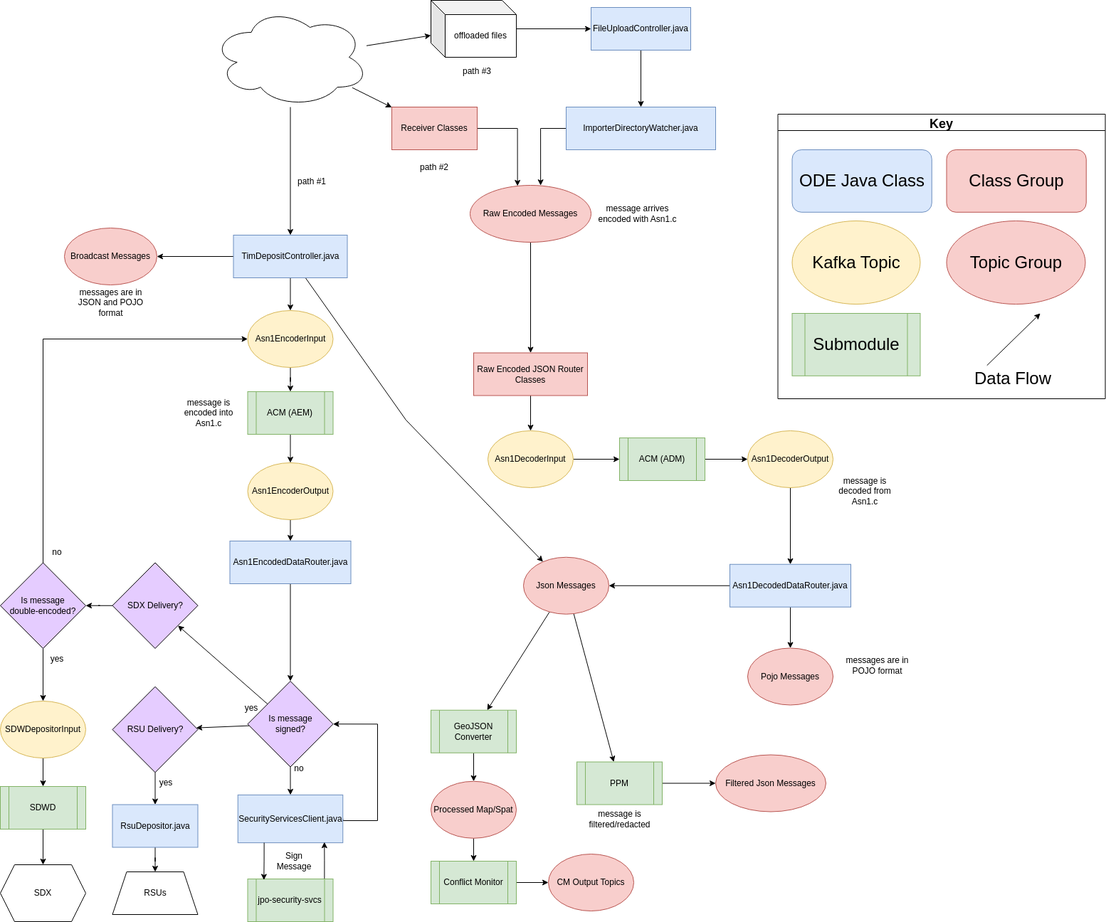
The draw.io diagram docs/data-flow-diagrams/ODE Data Flow Overview.drawio.png in usdot-jpo-ode/jpo-ode, before a commit. Source tidied: cells renumbered, new cells last; positions are measured from the earlier drawing's top-left corner, leaving out a move shared by most shapes.
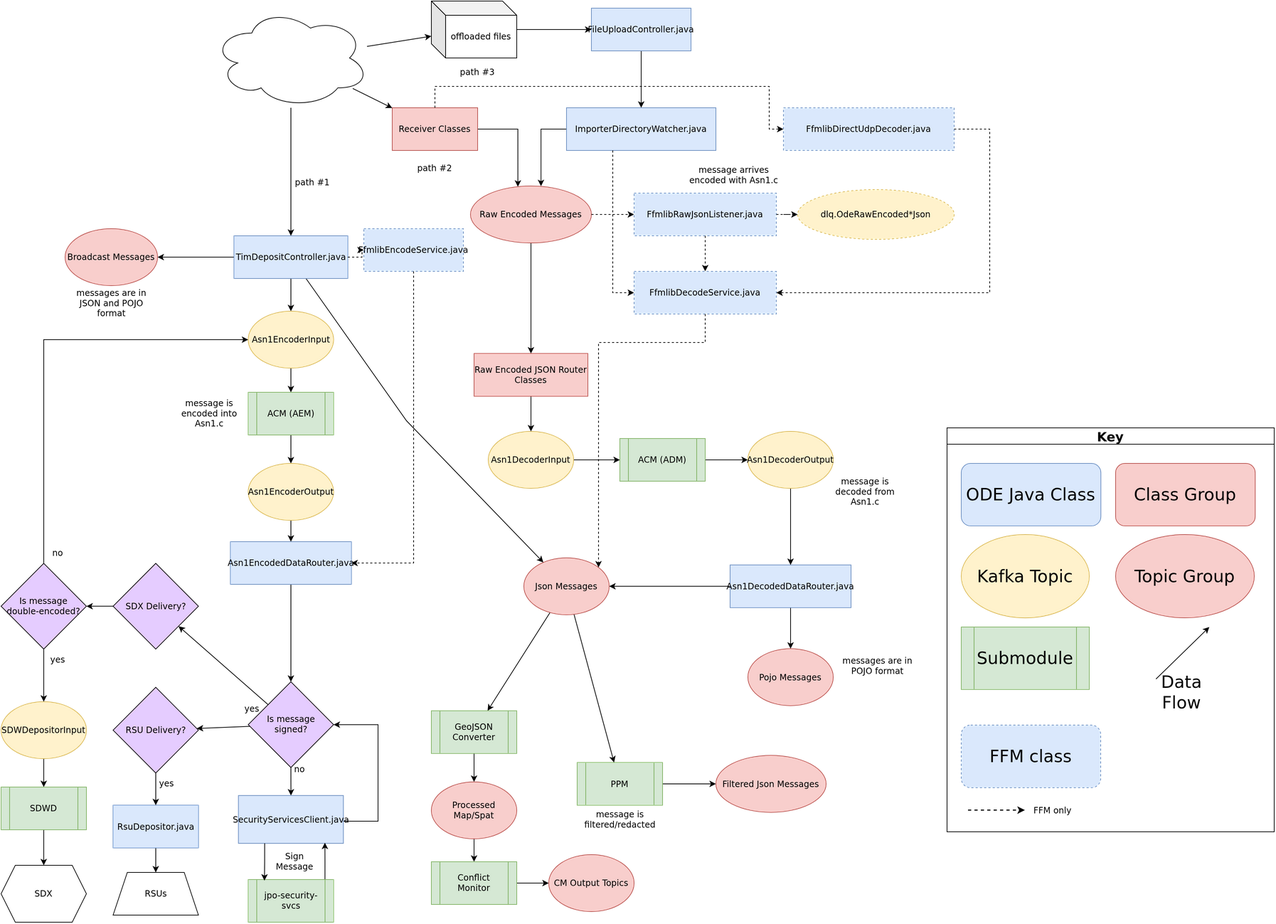
Later version of the same file.

Commit message:
Enhance documentation for data flow diagrams and codec modes

Change to the diagram source:
```diff
@@ -130,7 +130,7 @@
       <mxGeometry x="90" y="320" width="130" height="80" as="geometry" />
     </mxCell>
     <mxCell id="43" value="message arrives &lt;br&gt;encoded with Asn1.c" style="text;html=1;align=center;verticalAlign=middle;strokeColor=none;fillColor=none;" parent="1" vertex="1">
-      <mxGeometry x="830" y="285" width="130" height="30" as="geometry" />
+      <mxGeometry x="965" y="230" width="130" height="30" as="geometry" />
     </mxCell>
     <mxCell id="44" value="message is decoded from Asn1.c" style="text;html=1;strokeColor=none;fillColor=none;align=center;verticalAlign=middle;whiteSpace=wrap;rounded=0;" parent="1" vertex="1">
       <mxGeometry x="1160" y="665" width="110" height="50" as="geometry" />
@@ -151,7 +151,7 @@
       <mxGeometry x="157.5" y="1225" width="120" height="60" as="geometry" />
     </mxCell>
     <mxCell id="50" value="Key" style="swimlane;labelBackgroundColor=none;fontSize=18;" parent="1" vertex="1">
-      <mxGeometry x="1092.5" y="160" width="460" height="400" as="geometry" />
+      <mxGeometry x="1330" y="600" width="460" height="567.9" as="geometry" />
     </mxCell>
     <mxCell id="51" value="&lt;font style=&quot;font-size: 24px&quot;&gt;Kafka Topic&lt;/font&gt;" style="ellipse;whiteSpace=wrap;html=1;fillColor=#fff2cc;strokeColor=#d6b656;labelBackgroundColor=none;" parent="50" vertex="1">
       <mxGeometry x="20" y="150" width="180" height="117.1" as="geometry" />
@@ -314,5 +314,85 @@
     <mxCell id="101" value="Sign Message" style="text;html=1;strokeColor=none;fillColor=none;align=center;verticalAlign=middle;whiteSpace=wrap;rounded=0;" parent="1" vertex="1">
       <mxGeometry x="382.5" y="1195" width="60" height="30" as="geometry" />
     </mxCell>
+    <mxCell id="102" value="FfmlibDirectUdpDecoder.java" style="rounded=0;whiteSpace=wrap;html=1;fillColor=#dae8fc;strokeColor=#6c8ebf;dashed=1;" parent="1" vertex="1">
+      <mxGeometry x="1100" y="150" width="240" height="60" as="geometry" />
+    </mxCell>
+    <mxCell id="103" value="FfmlibRawJsonListener.java" style="rounded=0;whiteSpace=wrap;html=1;fillColor=#dae8fc;strokeColor=#6c8ebf;dashed=1;" parent="1" vertex="1">
+      <mxGeometry x="890" y="270" width="200" height="60" as="geometry" />
+    </mxCell>
+    <mxCell id="104" value="dlq.OdeRawEncoded*Json" style="ellipse;whiteSpace=wrap;html=1;fillColor=#fff2cc;strokeColor=#d6b656;dashed=1;" parent="1" vertex="1">
+      <mxGeometry x="1120" y="265" width="220" height="70" as="geometry" />
+    </mxCell>
+    <mxCell id="105" value="FfmlibDecodeService.java" style="rounded=0;whiteSpace=wrap;html=1;fillColor=#dae8fc;strokeColor=#6c8ebf;dashed=1;" parent="1" vertex="1">
+      <mxGeometry x="890" y="380" width="200" height="60" as="geometry" />
+    </mxCell>
+    <mxCell id="106" value="FfmlibEncodeService.java" style="rounded=0;whiteSpace=wrap;html=1;fillColor=#dae8fc;strokeColor=#6c8ebf;dashed=1;" parent="1" vertex="1">
+      <mxGeometry x="510" y="320" width="140" height="60" as="geometry" />
+    </mxCell>
+    <mxCell id="107" value="FFM class" style="rounded=1;whiteSpace=wrap;html=1;fillColor=#dae8fc;strokeColor=#6c8ebf;dashed=1;fontSize=24;" parent="50" vertex="1">
+      <mxGeometry x="20" y="417.9" width="196" height="88" as="geometry" />
+    </mxCell>
+    <mxCell id="108" style="endArrow=classic;html=1;rounded=0;dashed=1;strokeWidth=1.5;" parent="50" edge="1">
+      <mxGeometry relative="1" as="geometry">
+        <mxPoint x="30" y="537.9" as="sourcePoint" />
+        <mxPoint x="110" y="537.9" as="targetPoint" />
+      </mxGeometry>
+    </mxCell>
+    <mxCell id="109" value="FFM only" style="text;html=1;strokeColor=none;fillColor=none;align=left;verticalAlign=middle;whiteSpace=wrap;rounded=0;fontSize=12;" parent="50" vertex="1">
+      <mxGeometry x="120" y="527.9" width="330" height="20" as="geometry" />
+    </mxCell>
+    <mxCell id="110" style="edgeStyle=orthogonalEdgeStyle;rounded=0;jettySize=auto;html=1;dashed=1;" parent="1" edge="1" source="15" target="102">
+      <mxGeometry relative="1" as="geometry">
+        <Array as="points">
+          <mxPoint x="610" y="120" />
+          <mxPoint x="1080" y="120" />
+          <mxPoint x="1080" y="180" />
+        </Array>
+      </mxGeometry>
+    </mxCell>
+    <mxCell id="111" style="edgeStyle=orthogonalEdgeStyle;rounded=0;jettySize=auto;html=1;dashed=1;" parent="1" edge="1" source="16" target="103">
+      <mxGeometry relative="1" as="geometry" />
+    </mxCell>
+    <mxCell id="112" style="edgeStyle=orthogonalEdgeStyle;rounded=0;jettySize=auto;html=1;dashed=1;" parent="1" edge="1" source="92" target="105">
+      <mxGeometry relative="1" as="geometry">
+        <Array as="points">
+          <mxPoint x="860" y="210" />
+          <mxPoint x="860" y="410" />
+        </Array>
+      </mxGeometry>
+    </mxCell>
+    <mxCell id="113" style="edgeStyle=orthogonalEdgeStyle;rounded=0;jettySize=auto;html=1;dashed=1;" parent="1" edge="1" source="103" target="105">
+      <mxGeometry relative="1" as="geometry" />
+    </mxCell>
+    <mxCell id="114" style="edgeStyle=orthogonalEdgeStyle;rounded=0;jettySize=auto;html=1;dashed=1;" parent="1" edge="1" source="102" target="105">
+      <mxGeometry relative="1" as="geometry">
+        <Array as="points">
+          <mxPoint x="1390" y="180" />
+          <mxPoint x="1390" y="410" />
+        </Array>
+      </mxGeometry>
+    </mxCell>
+    <mxCell id="115" style="edgeStyle=orthogonalEdgeStyle;rounded=0;jettySize=auto;html=1;dashed=1;" parent="1" edge="1" source="103" target="104">
+      <mxGeometry relative="1" as="geometry" />
+    </mxCell>
+    <mxCell id="116" style="edgeStyle=orthogonalEdgeStyle;rounded=0;jettySize=auto;html=1;dashed=1;" parent="1" edge="1" source="105" target="22">
+      <mxGeometry relative="1" as="geometry">
+        <Array as="points">
+          <mxPoint x="990" y="480" />
+          <mxPoint x="840" y="480" />
+          <mxPoint x="840" y="783" />
+        </Array>
+      </mxGeometry>
+    </mxCell>
+    <mxCell id="117" style="edgeStyle=orthogonalEdgeStyle;rounded=0;jettySize=auto;html=1;dashed=1;" parent="1" edge="1" source="26" target="106">
+      <mxGeometry relative="1" as="geometry" />
+    </mxCell>
+    <mxCell id="118" style="edgeStyle=orthogonalEdgeStyle;rounded=0;jettySize=auto;html=1;dashed=1;" parent="1" edge="1" source="106" target="33">
+      <mxGeometry relative="1" as="geometry">
+        <Array as="points">
+          <mxPoint x="580" y="790" />
+        </Array>
+      </mxGeometry>
+    </mxCell>
   </root>
 </mxGraphModel>
```
